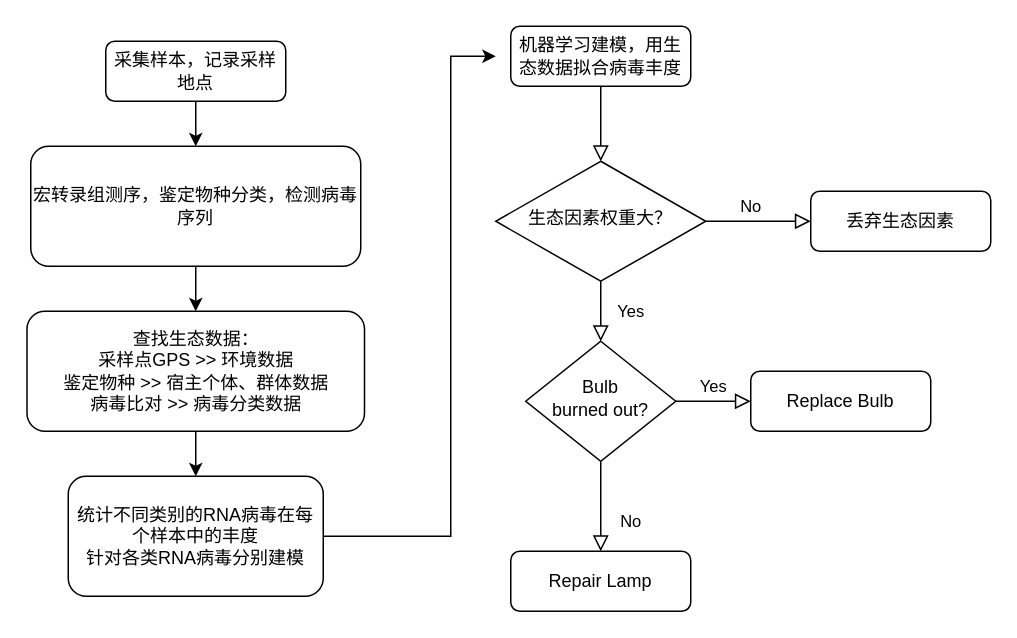
The draw.io diagram Untitled Diagram.drawio in dailypartita/diagram-kaiti, before the edit. Source tidied: cells renumbered, new cells numbered last; positions are measured from the earlier drawing's top-left corner, leaving out a move shared by most shapes. Both pictures are drawn from the tidied source at 150%, with x=0, y=0 at pixel (27, 26).
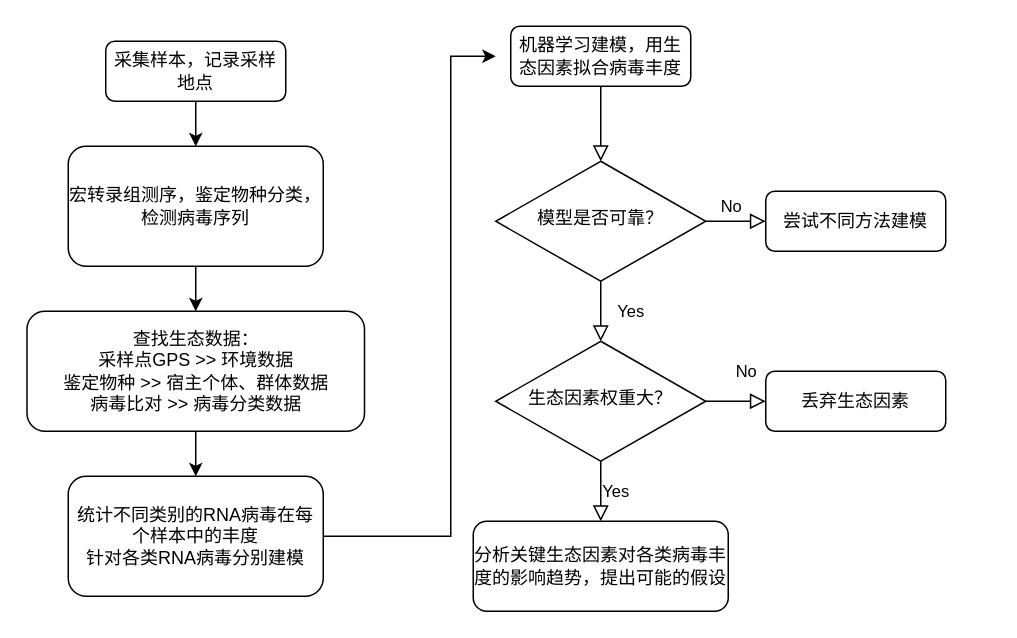
The same page after the edit.

The edit, as a diff of the source:
```diff
@@
-    <mxCell id="3" value="机器学习建模，用生态数据拟合病毒丰度" style="rounded=1;whiteSpace=wrap;html=1;fontSize=12;glass=0;strokeWidth=1;shadow=0;" parent="1" vertex="1">
+    <mxCell id="3" value="机器学习建模，用生态因素拟合病毒丰度" style="rounded=1;whiteSpace=wrap;html=1;fontSize=12;glass=0;strokeWidth=1;shadow=0;" parent="1" vertex="1">
       <mxGeometry x="322" width="120" height="40" as="geometry" />
     </mxCell>
@@
-    <mxCell id="6" value="生态因素权重大？" style="rhombus;whiteSpace=wrap;html=1;shadow=0;fontFamily=Helvetica;fontSize=12;align=center;strokeWidth=1;spacing=6;spacingTop=-4;" parent="1" vertex="1">
+    <mxCell id="6" value="模型是否可靠？" style="rhombus;whiteSpace=wrap;html=1;shadow=0;fontFamily=Helvetica;fontSize=12;align=center;strokeWidth=1;spacing=6;spacingTop=-4;" parent="1" vertex="1">
       <mxGeometry x="312" y="90" width="140" height="80" as="geometry" />
     </mxCell>
-    <mxCell id="7" value="丢弃生态因素" style="rounded=1;whiteSpace=wrap;html=1;fontSize=12;glass=0;strokeWidth=1;shadow=0;" parent="1" vertex="1">
-      <mxGeometry x="522" y="110" width="120" height="40" as="geometry" />
+    <mxCell id="7" value="尝试不同方法建模" style="rounded=1;whiteSpace=wrap;html=1;fontSize=12;glass=0;strokeWidth=1;shadow=0;" parent="1" vertex="1">
+      <mxGeometry x="492" y="110" width="120" height="40" as="geometry" />
     </mxCell>
@@
-    <mxCell id="10" value="Bulb&lt;br&gt;burned out?" style="rhombus;whiteSpace=wrap;html=1;shadow=0;fontFamily=Helvetica;fontSize=12;align=center;strokeWidth=1;spacing=6;spacingTop=-4;" parent="1" vertex="1">
-      <mxGeometry x="332" y="210" width="100" height="80" as="geometry" />
+    <mxCell id="10" value="生态因素权重大？" style="rhombus;whiteSpace=wrap;html=1;shadow=0;fontFamily=Helvetica;fontSize=12;align=center;strokeWidth=1;spacing=6;spacingTop=-4;" parent="1" vertex="1">
+      <mxGeometry x="312" y="210" width="140" height="80" as="geometry" />
     </mxCell>
-    <mxCell id="11" value="Repair Lamp" style="rounded=1;whiteSpace=wrap;html=1;fontSize=12;glass=0;strokeWidth=1;shadow=0;" parent="1" vertex="1">
-      <mxGeometry x="322" y="350" width="120" height="40" as="geometry" />
+    <mxCell id="11" value="丢弃生态因素" style="rounded=1;whiteSpace=wrap;html=1;fontSize=12;glass=0;strokeWidth=1;shadow=0;" parent="1" vertex="1">
+      <mxGeometry x="492" y="230" width="120" height="40" as="geometry" />
     </mxCell>
-    <mxCell id="12" value="Replace Bulb" style="rounded=1;whiteSpace=wrap;html=1;fontSize=12;glass=0;strokeWidth=1;shadow=0;" parent="1" vertex="1">
-      <mxGeometry x="482" y="230" width="120" height="40" as="geometry" />
+    <mxCell id="12" value="分析关键生态因素对各类病毒丰度的影响趋势，提出可能的假设" style="rounded=1;whiteSpace=wrap;html=1;fontSize=12;glass=0;strokeWidth=1;shadow=0;" parent="1" vertex="1">
+      <mxGeometry x="297" y="330" width="170" height="60" as="geometry" />
     </mxCell>
@@
     <mxCell id="16" value="宏转录组测序，鉴定物种分类，检测病毒序列" style="rounded=1;whiteSpace=wrap;html=1;fontSize=12;glass=0;strokeWidth=1;shadow=0;" parent="1" vertex="1">
-      <mxGeometry x="2" y="80" width="220" height="80" as="geometry" />
+      <mxGeometry x="27" y="80" width="170" height="80" as="geometry" />
     </mxCell>
```
